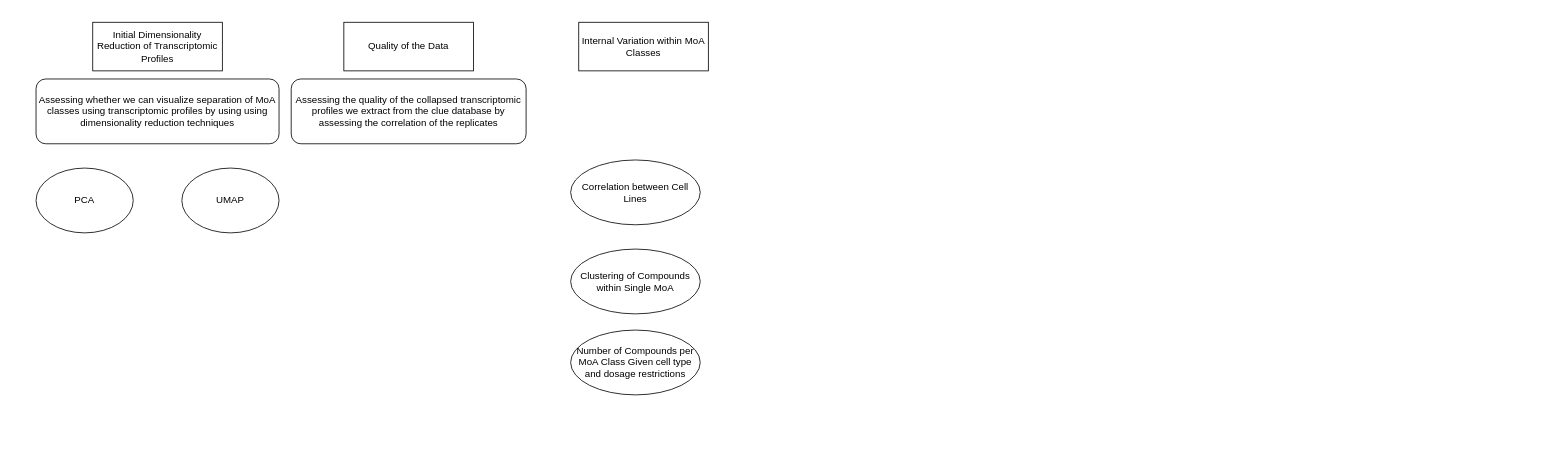
The draw.io diagram data_for_models/Initial_Data_Exploration.drawio in sverige16/Tomic-Chem-CP-Prot-MoA, before the edit. Source tidied: cells renumbered, new cells numbered last; positions are measured from the earlier drawing's top-left corner, leaving out a move shared by most shapes. Both pictures are drawn from the tidied source at 81%, with x=0, y=0 at pixel (36, 22).
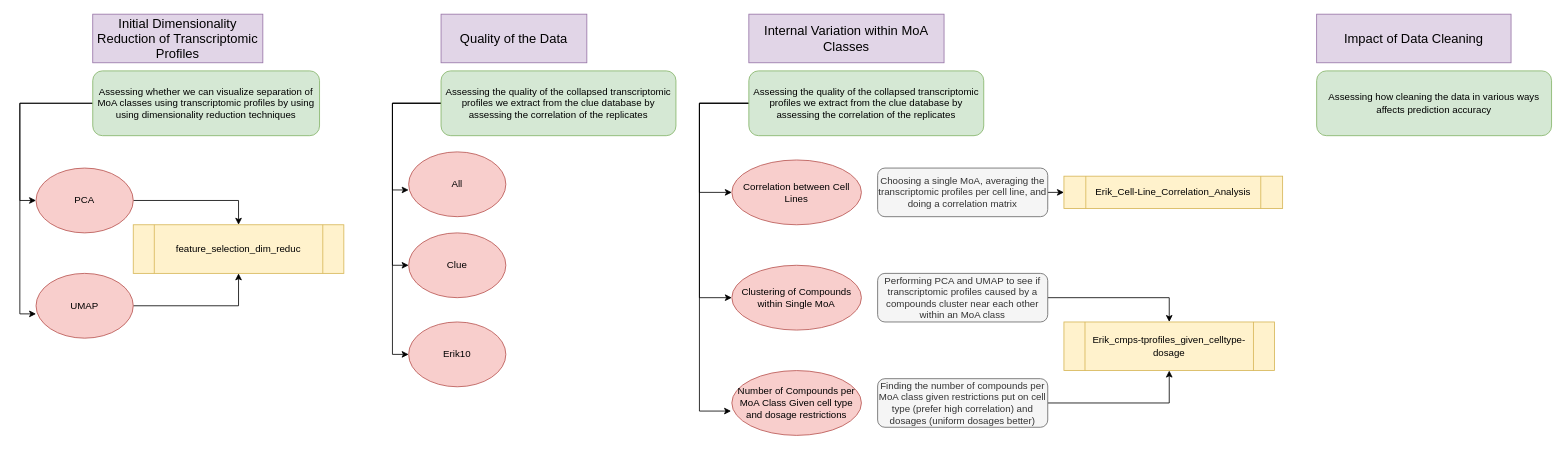
Above is the later version.

Change to the diagram source:
```diff
@@
-    <mxCell id="2" value="Initial Dimensionality Reduction of Transcriptomic Profiles" style="rounded=0;whiteSpace=wrap;html=1;" parent="1" vertex="1">
-      <mxGeometry x="70" width="160" height="60" as="geometry" />
+    <mxCell id="2" value="&lt;font style=&quot;font-size: 13px;&quot;&gt;&lt;font style=&quot;font-size: 14px;&quot;&gt;&lt;font style=&quot;font-size: 15px;&quot;&gt;&lt;font style=&quot;font-size: 16px;&quot;&gt;Initial Dimensionality Reduction of Transcriptomic Profiles&lt;/font&gt;&lt;/font&gt;&lt;/font&gt;&lt;/font&gt;" style="rounded=0;whiteSpace=wrap;html=1;fillColor=#e1d5e7;strokeColor=#9673a6;" parent="1" vertex="1">
+      <mxGeometry x="70" y="-10" width="210" height="60" as="geometry" />
     </mxCell>
+    <mxCell id="12" style="edgeStyle=orthogonalEdgeStyle;rounded=0;jettySize=auto;html=1;exitX=1;exitY=0.5;exitDx=0;exitDy=0;entryX=0.5;entryY=1;entryDx=0;entryDy=0;fontSize=16;" parent="1" edge="1" source="3" target="33">
+      <mxGeometry relative="1" as="geometry" />
+    </mxCell>
-    <mxCell id="3" value="UMAP" style="ellipse;whiteSpace=wrap;html=1;" parent="1" vertex="1">
-      <mxGeometry x="180" y="180" width="120" height="80" as="geometry" />
+    <mxCell id="3" value="UMAP" style="ellipse;whiteSpace=wrap;html=1;fillColor=#f8cecc;strokeColor=#b85450;" parent="1" vertex="1">
+      <mxGeometry y="310" width="120" height="80" as="geometry" />
     </mxCell>
+    <mxCell id="13" style="edgeStyle=orthogonalEdgeStyle;rounded=0;jettySize=auto;html=1;exitX=1;exitY=0.5;exitDx=0;exitDy=0;entryX=0.5;entryY=0;entryDx=0;entryDy=0;fontSize=16;" parent="1" edge="1" source="4" target="33">
+      <mxGeometry relative="1" as="geometry" />
+    </mxCell>
-    <mxCell id="4" value="PCA" style="ellipse;whiteSpace=wrap;html=1;" parent="1" vertex="1">
+    <mxCell id="4" value="PCA" style="ellipse;whiteSpace=wrap;html=1;fillColor=#f8cecc;strokeColor=#b85450;" parent="1" vertex="1">
       <mxGeometry y="180" width="120" height="80" as="geometry" />
     </mxCell>
-    <mxCell id="5" value="Quality of the Data" style="rounded=0;whiteSpace=wrap;html=1;" parent="1" vertex="1">
-      <mxGeometry x="380" width="160" height="60" as="geometry" />
+    <mxCell id="5" value="&lt;font style=&quot;font-size: 13px;&quot;&gt;&lt;font style=&quot;font-size: 14px;&quot;&gt;&lt;font style=&quot;font-size: 15px;&quot;&gt;&lt;font style=&quot;font-size: 16px;&quot;&gt;Quality of the Data&lt;/font&gt;&lt;/font&gt;&lt;/font&gt;&lt;/font&gt;" style="rounded=0;whiteSpace=wrap;html=1;fillColor=#e1d5e7;strokeColor=#9673a6;" parent="1" vertex="1">
+      <mxGeometry x="500" y="-10" width="180" height="60" as="geometry" />
     </mxCell>
-    <mxCell id="6" value="&lt;div&gt;Internal Variation within MoA Classes &lt;br&gt;&lt;/div&gt;" style="rounded=0;whiteSpace=wrap;html=1;" parent="1" vertex="1">
-      <mxGeometry x="670" width="160" height="60" as="geometry" />
+    <mxCell id="6" value="&lt;div style=&quot;font-size: 16px;&quot;&gt;&lt;font style=&quot;font-size: 16px;&quot;&gt;Internal Variation within MoA Classes &lt;br&gt;&lt;/font&gt;&lt;/div&gt;" style="rounded=0;whiteSpace=wrap;html=1;fillColor=#e1d5e7;strokeColor=#9673a6;" parent="1" vertex="1">
+      <mxGeometry x="880" y="-10" width="241" height="60" as="geometry" />
     </mxCell>
-    <mxCell id="7" value="Correlation between Cell Lines" style="ellipse;whiteSpace=wrap;html=1;" parent="1" vertex="1">
-      <mxGeometry x="660" y="170" width="160" height="80" as="geometry" />
+    <mxCell id="7" value="Correlation between Cell Lines" style="ellipse;whiteSpace=wrap;html=1;fillColor=#f8cecc;strokeColor=#b85450;" parent="1" vertex="1">
+      <mxGeometry x="859" y="170" width="160" height="80" as="geometry" />
     </mxCell>
-    <mxCell id="8" value="Clustering of Compounds within Single MoA" style="ellipse;whiteSpace=wrap;html=1;" parent="1" vertex="1">
-      <mxGeometry x="660" y="280" width="160" height="80" as="geometry" />
+    <mxCell id="8" value="Clustering of Compounds within Single MoA" style="ellipse;whiteSpace=wrap;html=1;fillColor=#f8cecc;strokeColor=#b85450;" parent="1" vertex="1">
+      <mxGeometry x="859" y="300" width="160" height="80" as="geometry" />
     </mxCell>
-    <mxCell id="9" value="Number of Compounds per MoA Class Given cell type and dosage restrictions" style="ellipse;whiteSpace=wrap;html=1;" parent="1" vertex="1">
-      <mxGeometry x="660" y="380" width="160" height="80" as="geometry" />
+    <mxCell id="9" value="Number of Compounds per MoA Class Given cell type and dosage restrictions" style="ellipse;whiteSpace=wrap;html=1;fillColor=#f8cecc;strokeColor=#b85450;" parent="1" vertex="1">
+      <mxGeometry x="859" y="430" width="160" height="80" as="geometry" />
     </mxCell>
+    <mxCell id="14" style="edgeStyle=orthogonalEdgeStyle;rounded=0;jettySize=auto;html=1;entryX=0;entryY=0.5;entryDx=0;entryDy=0;fontSize=16;" parent="1" edge="1" source="10" target="4">
+      <mxGeometry relative="1" as="geometry">
+        <Array as="points">
+          <mxPoint x="-20" y="100" />
+          <mxPoint x="-20" y="220" />
+        </Array>
+      </mxGeometry>
+    </mxCell>
+    <mxCell id="15" style="edgeStyle=orthogonalEdgeStyle;rounded=0;jettySize=auto;html=1;entryX=0;entryY=0.625;entryDx=0;entryDy=0;entryPerimeter=0;fontSize=16;" parent="1" edge="1" target="3">
+      <mxGeometry relative="1" as="geometry">
+        <mxPoint x="70" y="100" as="sourcePoint" />
+        <Array as="points">
+          <mxPoint x="-20" y="100" />
+          <mxPoint x="-20" y="360" />
+        </Array>
+      </mxGeometry>
+    </mxCell>
-    <mxCell id="10" value="Assessing whether we can visualize separation of MoA classes using transcriptomic profiles by using using dimensionality reduction techniques " style="rounded=1;whiteSpace=wrap;html=1;" parent="1" vertex="1">
-      <mxGeometry y="70" width="300" height="80" as="geometry" />
+    <mxCell id="10" value="Assessing whether we can visualize separation of MoA classes using transcriptomic profiles by using using dimensionality reduction techniques " style="rounded=1;whiteSpace=wrap;html=1;fillColor=#d5e8d4;strokeColor=#82b366;" parent="1" vertex="1">
+      <mxGeometry x="70" y="60" width="280" height="80" as="geometry" />
     </mxCell>
+    <mxCell id="16" style="edgeStyle=orthogonalEdgeStyle;rounded=0;jettySize=auto;html=1;entryX=0;entryY=0.588;entryDx=0;entryDy=0;entryPerimeter=0;fontSize=16;" parent="1" edge="1" source="11" target="34">
+      <mxGeometry relative="1" as="geometry">
+        <Array as="points">
+          <mxPoint x="440" y="100" />
+          <mxPoint x="440" y="207" />
+        </Array>
+      </mxGeometry>
+    </mxCell>
+    <mxCell id="17" style="edgeStyle=orthogonalEdgeStyle;rounded=0;jettySize=auto;html=1;exitX=0;exitY=0.5;exitDx=0;exitDy=0;entryX=0;entryY=0.5;entryDx=0;entryDy=0;fontSize=16;" parent="1" edge="1" source="11" target="35">
+      <mxGeometry relative="1" as="geometry" />
+    </mxCell>
+    <mxCell id="18" style="edgeStyle=orthogonalEdgeStyle;rounded=0;jettySize=auto;html=1;exitX=0;exitY=0.5;exitDx=0;exitDy=0;entryX=0;entryY=0.5;entryDx=0;entryDy=0;fontSize=16;" parent="1" edge="1" source="11" target="36">
+      <mxGeometry relative="1" as="geometry" />
+    </mxCell>
-    <mxCell id="11" value="Assessing the quality of the collapsed transcriptomic profiles we extract from the clue database by assessing the correlation of the replicates" style="rounded=1;whiteSpace=wrap;html=1;" parent="1" vertex="1">
-      <mxGeometry x="315" y="70" width="290" height="80" as="geometry" />
+    <mxCell id="11" value="Assessing the quality of the collapsed transcriptomic profiles we extract from the clue database by assessing the correlation of the replicates" style="rounded=1;whiteSpace=wrap;html=1;fillColor=#d5e8d4;strokeColor=#82b366;" parent="1" vertex="1">
+      <mxGeometry x="500" y="60" width="290" height="80" as="geometry" />
     </mxCell>
+    <mxCell id="19" style="edgeStyle=orthogonalEdgeStyle;rounded=0;jettySize=auto;html=1;entryX=-0.006;entryY=0.625;entryDx=0;entryDy=0;entryPerimeter=0;exitX=0;exitY=0.5;exitDx=0;exitDy=0;" parent="1" edge="1" source="22" target="9">
+      <mxGeometry relative="1" as="geometry">
+        <Array as="points">
+          <mxPoint x="819" y="100" />
+          <mxPoint x="819" y="480" />
+        </Array>
+      </mxGeometry>
+    </mxCell>
+    <mxCell id="20" style="edgeStyle=orthogonalEdgeStyle;rounded=0;jettySize=auto;html=1;exitX=0;exitY=0.5;exitDx=0;exitDy=0;entryX=0;entryY=0.5;entryDx=0;entryDy=0;" parent="1" edge="1" source="22" target="7">
+      <mxGeometry relative="1" as="geometry">
+        <Array as="points">
+          <mxPoint x="819" y="100" />
+          <mxPoint x="819" y="210" />
+        </Array>
+      </mxGeometry>
+    </mxCell>
+    <mxCell id="21" style="edgeStyle=orthogonalEdgeStyle;rounded=0;jettySize=auto;html=1;exitX=0;exitY=0.5;exitDx=0;exitDy=0;entryX=0;entryY=0.5;entryDx=0;entryDy=0;" parent="1" edge="1" source="22" target="8">
+      <mxGeometry relative="1" as="geometry">
+        <Array as="points">
+          <mxPoint x="819" y="100" />
+          <mxPoint x="819" y="340" />
+        </Array>
+      </mxGeometry>
+    </mxCell>
+    <mxCell id="22" value="Assessing the quality of the collapsed transcriptomic profiles we extract from the clue database by assessing the correlation of the replicates" style="rounded=1;whiteSpace=wrap;html=1;fillColor=#d5e8d4;strokeColor=#82b366;" parent="1" vertex="1">
+      <mxGeometry x="880" y="60" width="290" height="80" as="geometry" />
+    </mxCell>
+    <mxCell id="23" style="edgeStyle=orthogonalEdgeStyle;rounded=0;jettySize=auto;html=1;exitX=1;exitY=0.5;exitDx=0;exitDy=0;entryX=0;entryY=0.5;entryDx=0;entryDy=0;fontSize=16;" parent="1" edge="1" source="24" target="31">
+      <mxGeometry relative="1" as="geometry" />
+    </mxCell>
+    <mxCell id="24" value="Choosing a single MoA, averaging the transcriptomic profiles per cell line, and doing a correlation matrix" style="rounded=1;whiteSpace=wrap;html=1;fillColor=#f5f5f5;fontColor=#333333;strokeColor=#666666;" parent="1" vertex="1">
+      <mxGeometry x="1039" y="180" width="210" height="60" as="geometry" />
+    </mxCell>
+    <mxCell id="25" style="edgeStyle=orthogonalEdgeStyle;rounded=0;jettySize=auto;html=1;exitX=1;exitY=0.5;exitDx=0;exitDy=0;entryX=0.5;entryY=0;entryDx=0;entryDy=0;fontSize=16;" parent="1" edge="1" source="26" target="32">
+      <mxGeometry relative="1" as="geometry" />
+    </mxCell>
+    <mxCell id="26" value="Performing PCA and UMAP to see if transcriptomic profiles caused by a compounds cluster near each other within an MoA class" style="rounded=1;whiteSpace=wrap;html=1;fillColor=#f5f5f5;fontColor=#333333;strokeColor=#666666;" parent="1" vertex="1">
+      <mxGeometry x="1039" y="310" width="210" height="60" as="geometry" />
+    </mxCell>
+    <mxCell id="27" style="edgeStyle=orthogonalEdgeStyle;rounded=0;jettySize=auto;html=1;exitX=1;exitY=0.5;exitDx=0;exitDy=0;entryX=0.5;entryY=1;entryDx=0;entryDy=0;fontSize=16;" parent="1" edge="1" source="28" target="32">
+      <mxGeometry relative="1" as="geometry" />
+    </mxCell>
+    <mxCell id="28" value="Finding the number of compounds per MoA class given restrictions put on cell type (prefer high correlation) and dosages (uniform dosages better)" style="rounded=1;whiteSpace=wrap;html=1;fillColor=#f5f5f5;fontColor=#333333;strokeColor=#666666;" parent="1" vertex="1">
+      <mxGeometry x="1039" y="440" width="210" height="60" as="geometry" />
+    </mxCell>
+    <mxCell id="29" value="&lt;font style=&quot;font-size: 13px;&quot;&gt;&lt;font style=&quot;font-size: 14px;&quot;&gt;&lt;font style=&quot;font-size: 15px;&quot;&gt;&lt;font style=&quot;font-size: 16px;&quot;&gt;Impact of Data Cleaning&lt;/font&gt;&lt;/font&gt;&lt;/font&gt;&lt;/font&gt;" style="rounded=0;whiteSpace=wrap;html=1;fillColor=#e1d5e7;strokeColor=#9673a6;" parent="1" vertex="1">
+      <mxGeometry x="1581" y="-10" width="240" height="60" as="geometry" />
+    </mxCell>
+    <mxCell id="30" value="Assessing how cleaning the data in various ways affects prediction accuracy" style="rounded=1;whiteSpace=wrap;html=1;fillColor=#d5e8d4;strokeColor=#82b366;" parent="1" vertex="1">
+      <mxGeometry x="1581" y="60" width="290" height="80" as="geometry" />
+    </mxCell>
+    <mxCell id="31" value="Erik_Cell-Line_Correlation_Analysis" style="shape=process;whiteSpace=wrap;html=1;backgroundOutline=1;fillColor=#fff2cc;strokeColor=#d6b656;" parent="1" vertex="1">
+      <mxGeometry x="1269" y="190" width="270" height="40" as="geometry" />
+    </mxCell>
+    <mxCell id="32" value="Erik_cmps-tprofiles_given_celltype-dosage" style="shape=process;whiteSpace=wrap;html=1;backgroundOutline=1;fillColor=#fff2cc;strokeColor=#d6b656;" parent="1" vertex="1">
+      <mxGeometry x="1269" y="370" width="260" height="60" as="geometry" />
+    </mxCell>
+    <mxCell id="33" value="feature_selection_dim_reduc" style="shape=process;whiteSpace=wrap;html=1;backgroundOutline=1;fillColor=#fff2cc;strokeColor=#d6b656;" parent="1" vertex="1">
+      <mxGeometry x="120" y="250" width="260" height="60" as="geometry" />
+    </mxCell>
+    <mxCell id="34" value="All" style="ellipse;whiteSpace=wrap;html=1;fillColor=#f8cecc;strokeColor=#b85450;" parent="1" vertex="1">
+      <mxGeometry x="460" y="160" width="120" height="80" as="geometry" />
+    </mxCell>
+    <mxCell id="35" value="Clue" style="ellipse;whiteSpace=wrap;html=1;fillColor=#f8cecc;strokeColor=#b85450;" parent="1" vertex="1">
+      <mxGeometry x="460" y="260" width="120" height="80" as="geometry" />
+    </mxCell>
+    <mxCell id="36" value="Erik10" style="ellipse;whiteSpace=wrap;html=1;fillColor=#f8cecc;strokeColor=#b85450;" parent="1" vertex="1">
+      <mxGeometry x="460" y="370" width="120" height="80" as="geometry" />
+    </mxCell>
```
